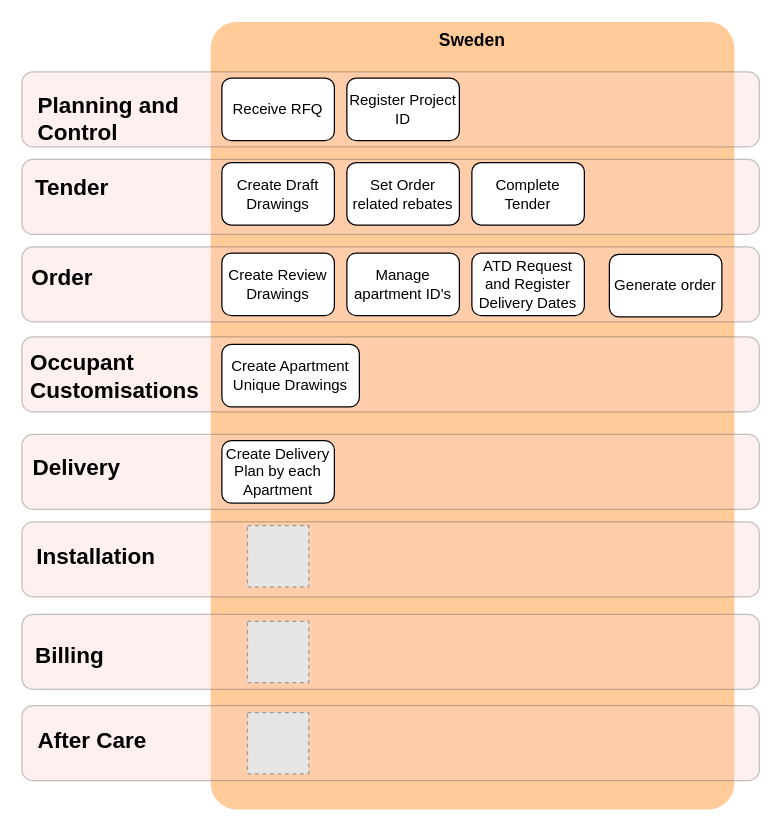
The draw.io diagram page "Project Sweden" (5 of 14) of Commercial Model.drawio in mrf742002/Diagrams, before the edit. Source tidied: cells renumbered, new cells numbered last; positions are measured from the earlier drawing's top-left corner, leaving out a move shared by most shapes. Both pictures are drawn from the tidied source at 125%, with x=0, y=0 at pixel (21, 21). Pictures stored in the file or linked from it are replaced by grey dashed boxes.
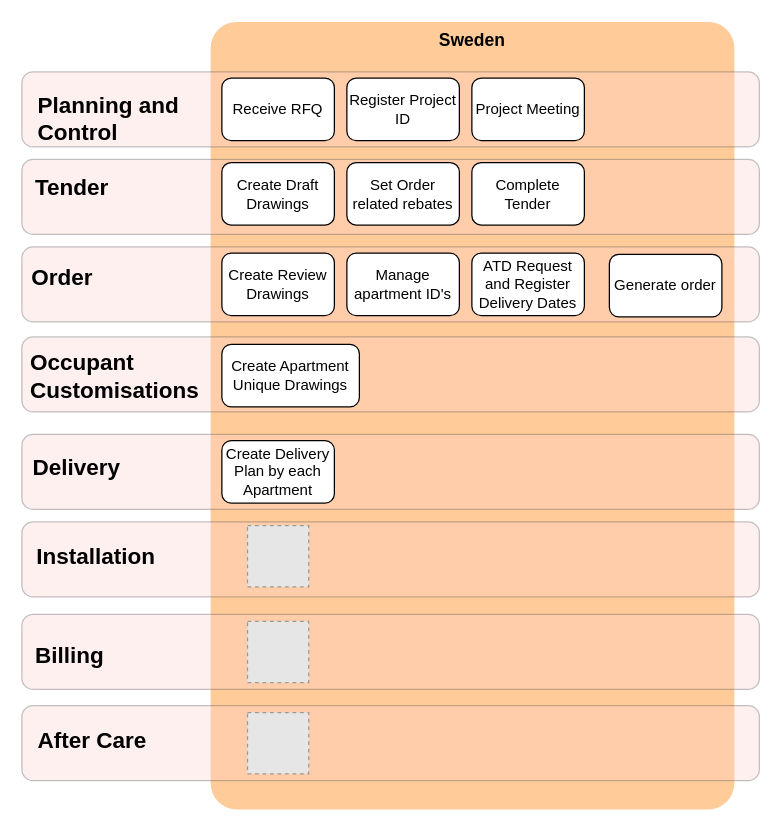
The same page after the edit.

Change to the diagram source:
```diff
@@
+    <mxCell id="33" value="Project Meeting" style="rounded=1;whiteSpace=wrap;html=1;" parent="1" vertex="1">
+      <mxGeometry x="360" y="45" width="90" height="50" as="geometry" />
+    </mxCell>
```
